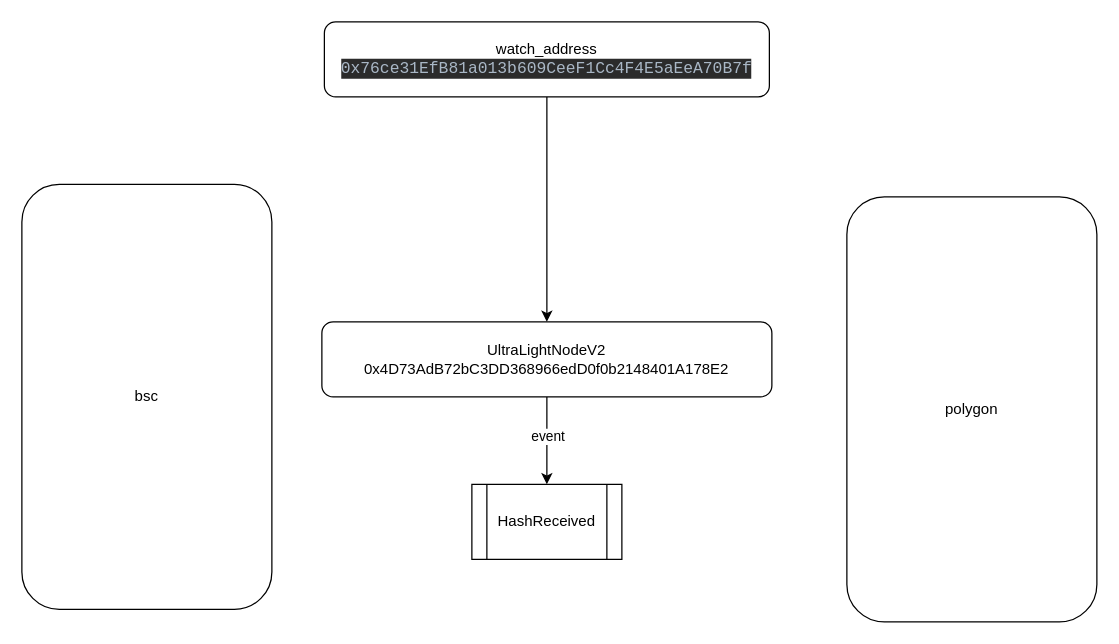
This is layer-oracle.drawio from chixiaowen/drawio, a draw.io file, before an edit. Source tidied: cells renumbered, new cells numbered last; positions are measured from the earlier drawing's top-left corner, leaving out a move shared by most shapes. Both pictures are drawn from the tidied source at 125%, with x=0, y=0 at pixel (21, 21).
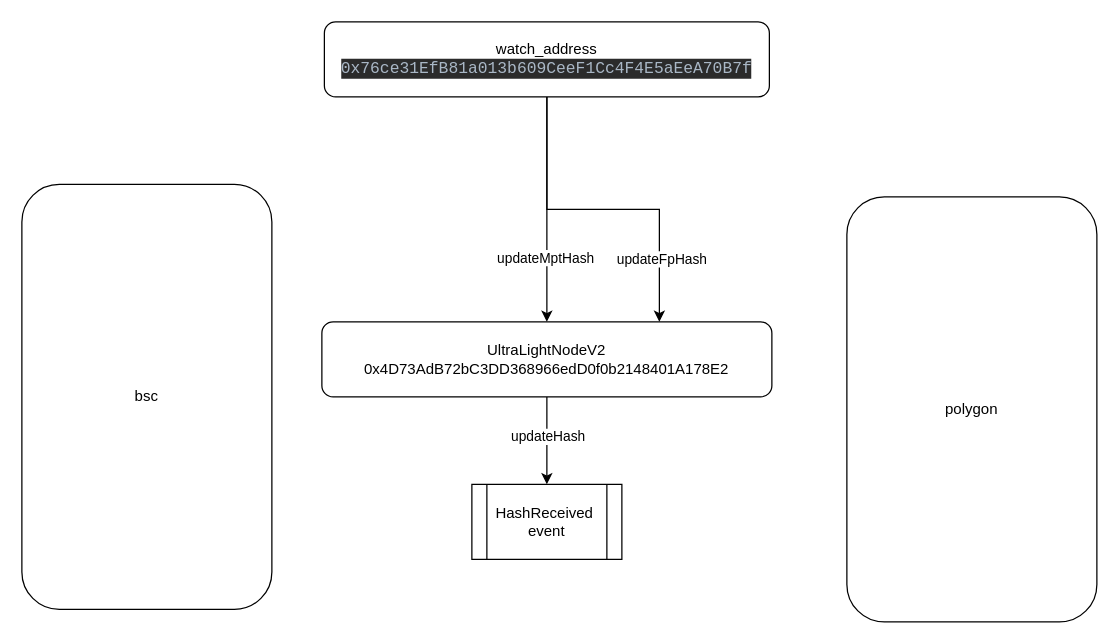
The same diagram, later.

Change to the diagram source:
```diff
@@
 <mxGraphModel>
   <root>
     <mxCell id="0" />
     <mxCell id="1" parent="0" />
     <mxCell id="2" style="edgeStyle=orthogonalEdgeStyle;rounded=0;jettySize=auto;html=1;" parent="1" edge="1" source="3" target="6">
       <mxGeometry relative="1" as="geometry" />
     </mxCell>
+    <mxCell id="10" value="updateMptHash" style="edgeLabel;html=1;align=center;verticalAlign=middle;" parent="2" vertex="1">
+      <mxGeometry x="0.42" y="-2" relative="1" as="geometry" />
+    </mxCell>
+    <mxCell id="11" style="edgeStyle=orthogonalEdgeStyle;rounded=0;jettySize=auto;html=1;entryX=0.75;entryY=0;entryDx=0;entryDy=0;" parent="1" edge="1" source="3" target="6">
+      <mxGeometry relative="1" as="geometry" />
+    </mxCell>
+    <mxCell id="12" value="updateFpHash" style="edgeLabel;html=1;align=center;verticalAlign=middle;" parent="11" vertex="1">
+      <mxGeometry x="0.64" y="1" relative="1" as="geometry">
+        <mxPoint y="-2" as="offset" />
+      </mxGeometry>
+    </mxCell>
     <mxCell id="3" value="watch_address&lt;br&gt;&lt;div style=&quot;background-color: rgb(43, 43, 43); color: rgb(169, 183, 198); font-family: &amp;quot;JetBrains Mono&amp;quot;, monospace; font-size: 9.8pt;&quot;&gt;0x76ce31EfB81a013b609CeeF1Cc4F4E5aEeA70B7f&lt;/div&gt;" style="rounded=1;whiteSpace=wrap;html=1;" parent="1" vertex="1">
       <mxGeometry x="242" width="356" height="60" as="geometry" />
     </mxCell>
     <mxCell id="4" style="edgeStyle=orthogonalEdgeStyle;rounded=0;jettySize=auto;html=1;entryX=0.5;entryY=0;entryDx=0;entryDy=0;" parent="1" edge="1" source="6" target="9">
       <mxGeometry relative="1" as="geometry" />
     </mxCell>
-    <mxCell id="5" value="event" style="edgeLabel;html=1;align=center;verticalAlign=middle;" parent="4" vertex="1">
+    <mxCell id="5" value="updateHash" style="edgeLabel;html=1;align=center;verticalAlign=middle;" parent="4" vertex="1">
       <mxGeometry x="-0.11" relative="1" as="geometry" />
     </mxCell>
     <mxCell id="6" value="UltraLightNodeV2&lt;br&gt;0x4D73AdB72bC3DD368966edD0f0b2148401A178E2" style="rounded=1;whiteSpace=wrap;html=1;" parent="1" vertex="1">
       <mxGeometry x="240" y="240" width="360" height="60" as="geometry" />
     </mxCell>
     <mxCell id="7" value="bsc" style="rounded=1;whiteSpace=wrap;html=1;" parent="1" vertex="1">
       <mxGeometry y="130" width="200" height="340" as="geometry" />
     </mxCell>
     <mxCell id="8" value="polygon" style="rounded=1;whiteSpace=wrap;html=1;" parent="1" vertex="1">
       <mxGeometry x="660" y="140" width="200" height="340" as="geometry" />
     </mxCell>
-    <mxCell id="9" value="HashReceived" style="shape=process;whiteSpace=wrap;html=1;backgroundOutline=1;" parent="1" vertex="1">
+    <mxCell id="9" value="HashReceived&amp;nbsp;&lt;br&gt;event" style="shape=process;whiteSpace=wrap;html=1;backgroundOutline=1;" parent="1" vertex="1">
       <mxGeometry x="360" y="370" width="120" height="60" as="geometry" />
     </mxCell>
   </root>
 </mxGraphModel>
```
